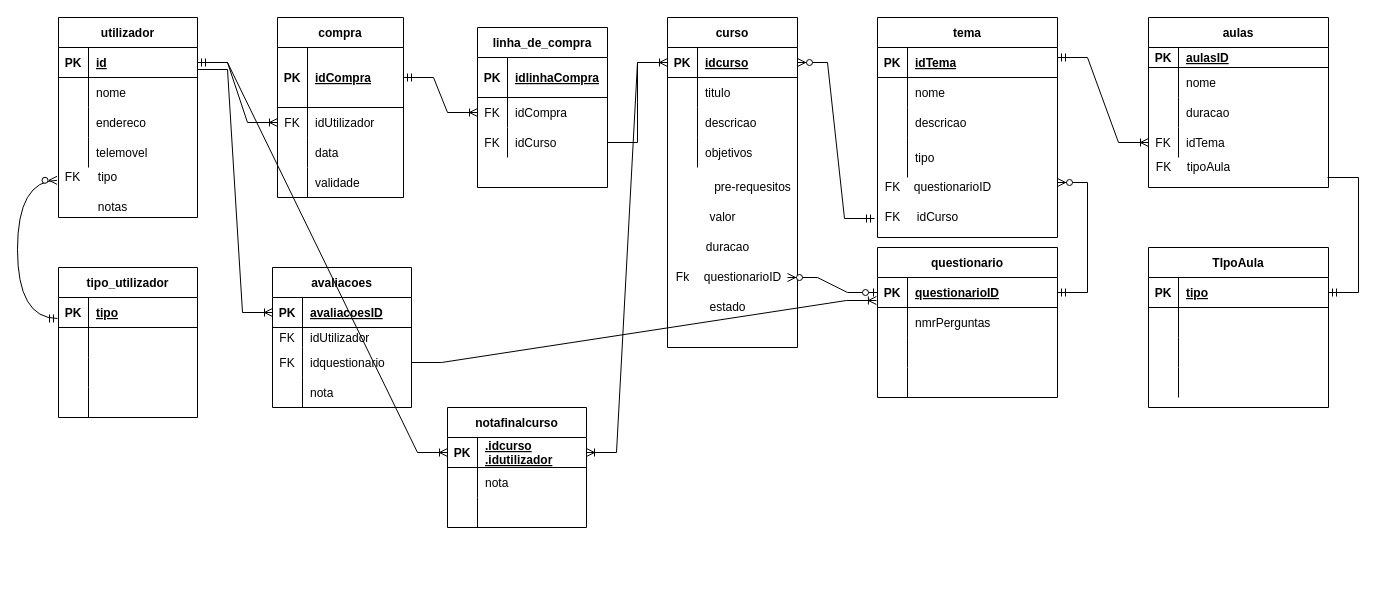
Earlier version of the draw.io diagram baseDeDados.drawio (Fabiomesquita10/stuff). Source tidied: cells renumbered, new cells numbered last; positions are measured from the earlier drawing's top-left corner, leaving out a move shared by most shapes. Both pictures are drawn from the tidied source at 100%, with x=0, y=0 at pixel (17, 17).
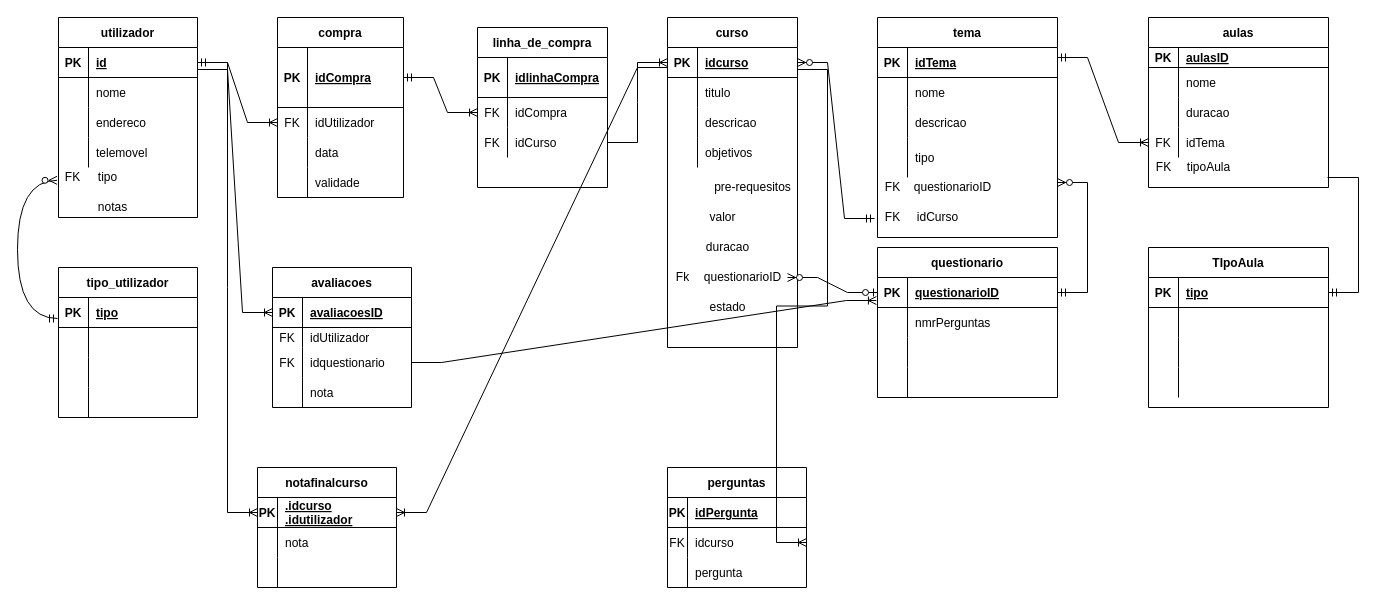
The same page after the edit.

Unchanged cells that the change refers to:
```xml
<mxCell id="16" style="shape=partialRectangle;fillColor=none;top=0;left=0;bottom=1;right=0;points=[[0,0.5],[1,0.5]];portConstraint=eastwest;" parent="15" vertex="1">
  <mxGeometry y="30" width="130" height="30" as="geometry" />
</mxCell>
<mxCell id="156" style="shape=partialRectangle;fillColor=none;top=0;left=0;bottom=1;right=0;points=[[0,0.5],[1,0.5]];portConstraint=eastwest;" parent="155" vertex="1">
  <mxGeometry y="30" width="139" height="30" as="geometry" />
</mxCell>
<mxCell id="159" style="shape=partialRectangle;fillColor=none;top=0;left=0;bottom=0;right=0;" parent="155" vertex="1">
  <mxGeometry y="60" width="139" height="30" as="geometry" />
</mxCell>
<mxCell id="162" style="shape=partialRectangle;fillColor=none;top=0;left=0;bottom=0;right=0;" parent="155" vertex="1">
  <mxGeometry y="90" width="139" height="30" as="geometry" />
</mxCell>
```

The edit, as a diff of the source:
```diff
@@
     <mxCell id="155" value="notafinalcurso" style="shape=table;startSize=30;childLayout=tableLayout;rowLines=0;fontStyle=1;align=center;" parent="1" vertex="1">
-      <mxGeometry x="430" y="390" width="139" height="120" as="geometry" />
+      <mxGeometry x="240" y="450" width="139" height="120" as="geometry" />
     </mxCell>
@@
     <mxCell id="157" value="PK" style="shape=partialRectangle;fillColor=none;top=0;left=0;bottom=0;right=0;fontStyle=1;overflow=hidden;" parent="156" vertex="1">
-      <mxGeometry width="30" height="30" as="geometry" />
+      <mxGeometry width="20" height="30" as="geometry" />
     </mxCell>
     <mxCell id="158" value=".idcurso&#10;.idutilizador" style="shape=partialRectangle;fillColor=none;top=0;left=0;bottom=0;right=0;align=left;spacingLeft=6;fontStyle=5;overflow=hidden;" parent="156" vertex="1">
-      <mxGeometry x="30" width="109" height="30" as="geometry" />
+      <mxGeometry x="20" width="119" height="30" as="geometry" />
     </mxCell>
@@
     <mxCell id="160" style="shape=partialRectangle;fillColor=none;top=0;left=0;bottom=0;right=0;overflow=hidden;" parent="159" vertex="1">
-      <mxGeometry width="30" height="30" as="geometry" />
+      <mxGeometry width="20" height="30" as="geometry" />
     </mxCell>
     <mxCell id="161" value="nota" style="shape=partialRectangle;fillColor=none;top=0;left=0;bottom=0;right=0;align=left;spacingLeft=6;overflow=hidden;" parent="159" vertex="1">
-      <mxGeometry x="30" width="109" height="30" as="geometry" />
+      <mxGeometry x="20" width="119" height="30" as="geometry" />
     </mxCell>
@@
     <mxCell id="163" style="shape=partialRectangle;fillColor=none;top=0;left=0;bottom=0;right=0;overflow=hidden;" parent="162" vertex="1">
-      <mxGeometry width="30" height="30" as="geometry" />
+      <mxGeometry width="20" height="30" as="geometry" />
     </mxCell>
     <mxCell id="164" style="shape=partialRectangle;fillColor=none;top=0;left=0;bottom=0;right=0;align=left;spacingLeft=6;overflow=hidden;" parent="162" vertex="1">
-      <mxGeometry x="30" width="109" height="30" as="geometry" />
+      <mxGeometry x="20" width="119" height="30" as="geometry" />
     </mxCell>
-    <mxCell id="165" style="edgeStyle=entityRelationEdgeStyle;fontSize=12;html=1;endArrow=ERoneToMany;rounded=0;entryX=1;entryY=0.5;entryDx=0;entryDy=0;exitX=0;exitY=0.5;exitDx=0;exitDy=0;" parent="1" edge="1" source="16" target="156">
+    <mxCell id="165" style="edgeStyle=entityRelationEdgeStyle;fontSize=12;html=1;endArrow=ERoneToMany;rounded=0;entryX=1;entryY=0.5;entryDx=0;entryDy=0;exitX=0;exitY=0.667;exitDx=0;exitDy=0;exitPerimeter=0;" parent="1" edge="1" source="16" target="156">
       <mxGeometry relative="1" as="geometry" />
     </mxCell>
@@
+    <mxCell id="167" value="perguntas" style="shape=table;startSize=30;childLayout=tableLayout;rowLines=0;fontStyle=1;align=center;" parent="1" vertex="1">
+      <mxGeometry x="650" y="450" width="139" height="120" as="geometry" />
+    </mxCell>
+    <mxCell id="168" style="shape=partialRectangle;fillColor=none;top=0;left=0;bottom=1;right=0;" parent="167" vertex="1">
+      <mxGeometry y="30" width="139" height="30" as="geometry" />
+    </mxCell>
+    <mxCell id="169" value="PK" style="shape=partialRectangle;fillColor=none;top=0;left=0;bottom=0;right=0;fontStyle=1;overflow=hidden;" parent="168" vertex="1">
+      <mxGeometry width="20" height="30" as="geometry" />
+    </mxCell>
+    <mxCell id="170" value="idPergunta" style="shape=partialRectangle;fillColor=none;top=0;left=0;bottom=0;right=0;align=left;spacingLeft=6;fontStyle=5;overflow=hidden;" parent="168" vertex="1">
+      <mxGeometry x="20" width="119" height="30" as="geometry" />
+    </mxCell>
+    <mxCell id="171" style="shape=partialRectangle;fillColor=none;top=0;left=0;bottom=0;right=0;points=[[0,0.5],[1,0.5]];portConstraint=eastwest;" parent="167" vertex="1">
+      <mxGeometry y="60" width="139" height="30" as="geometry" />
+    </mxCell>
+    <mxCell id="172" value="FK" style="shape=partialRectangle;fillColor=none;top=0;left=0;bottom=0;right=0;overflow=hidden;" parent="171" vertex="1">
+      <mxGeometry width="20" height="30" as="geometry" />
+    </mxCell>
+    <mxCell id="173" value="idcurso" style="shape=partialRectangle;fillColor=none;top=0;left=0;bottom=0;right=0;align=left;spacingLeft=6;overflow=hidden;" parent="171" vertex="1">
+      <mxGeometry x="20" width="119" height="30" as="geometry" />
+    </mxCell>
+    <mxCell id="174" style="shape=partialRectangle;fillColor=none;top=0;left=0;bottom=0;right=0;" parent="167" vertex="1">
+      <mxGeometry y="90" width="139" height="30" as="geometry" />
+    </mxCell>
+    <mxCell id="175" style="shape=partialRectangle;fillColor=none;top=0;left=0;bottom=0;right=0;overflow=hidden;" parent="174" vertex="1">
+      <mxGeometry width="20" height="30" as="geometry" />
+    </mxCell>
+    <mxCell id="176" value="pergunta" style="shape=partialRectangle;fillColor=none;top=0;left=0;bottom=0;right=0;align=left;spacingLeft=6;overflow=hidden;" parent="174" vertex="1">
+      <mxGeometry x="20" width="119" height="30" as="geometry" />
+    </mxCell>
+    <mxCell id="177" style="edgeStyle=entityRelationEdgeStyle;fontSize=12;html=1;endArrow=ERoneToMany;rounded=0;exitX=1;exitY=0.733;exitDx=0;exitDy=0;exitPerimeter=0;entryX=1;entryY=0.5;entryDx=0;entryDy=0;" parent="1" edge="1" source="16" target="171">
+      <mxGeometry relative="1" as="geometry" />
+    </mxCell>
```
